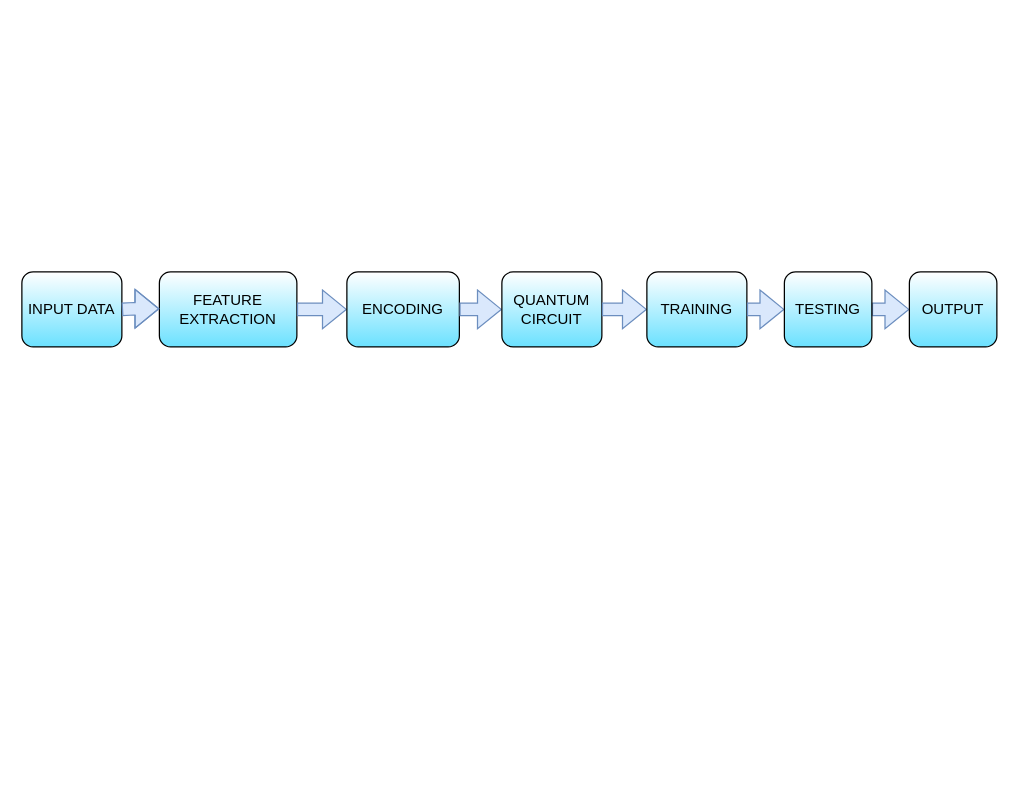
Earlier version of the draw.io diagram Untitled Diagram.drawio (Imam-Ghazi-Khan/DSA450). Source tidied: cells renumbered, new cells numbered last; positions are measured from the earlier drawing's top-left corner, leaving out a move shared by most shapes. Both pictures are drawn from the tidied source at 125%, with x=0, y=0 at pixel (21, 271).
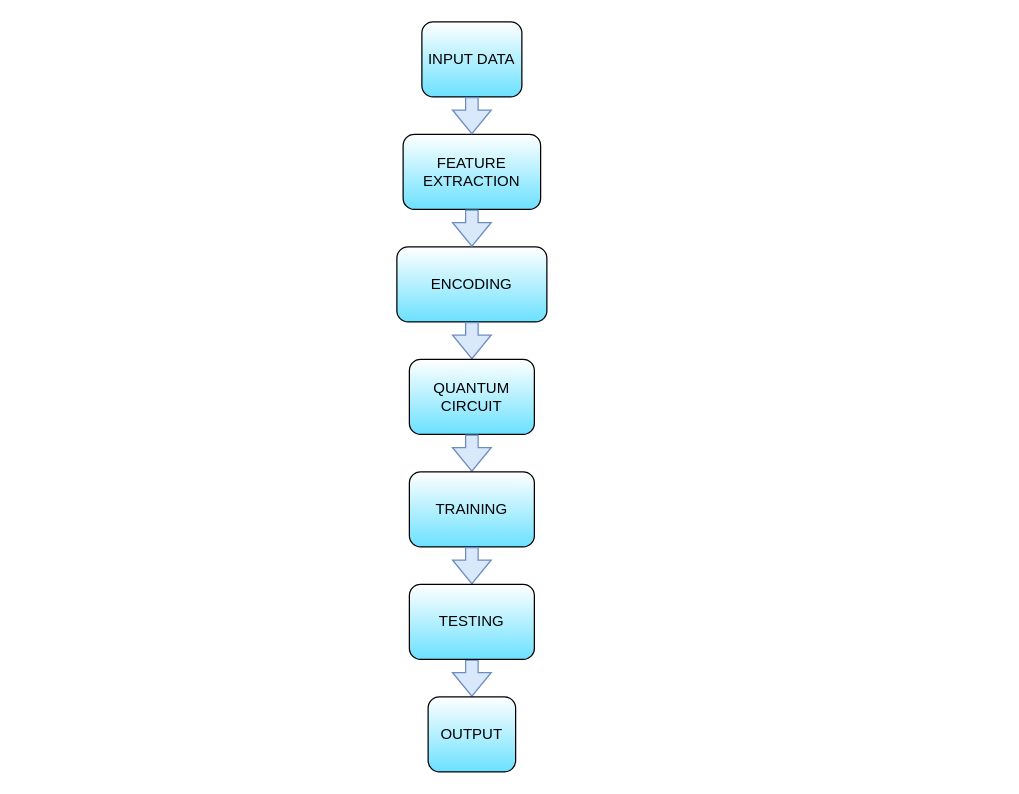
The same diagram, later.

Change to the diagram source:
```diff
@@
     <mxCell id="2" value="INPUT DATA" style="rounded=1;whiteSpace=wrap;html=1;gradientColor=#6BE1FF;" parent="1" vertex="1">
-      <mxGeometry width="80" height="60" as="geometry" />
+      <mxGeometry x="320" y="-200" width="80" height="60" as="geometry" />
     </mxCell>
     <mxCell id="3" value="FEATURE EXTRACTION" style="rounded=1;whiteSpace=wrap;html=1;gradientColor=#6BE1FF;" parent="1" vertex="1">
-      <mxGeometry x="110" width="110" height="60" as="geometry" />
+      <mxGeometry x="305" y="-110" width="110" height="60" as="geometry" />
     </mxCell>
-    <mxCell id="4" style="shape=flexArrow;endArrow=classic;html=1;rounded=0;exitX=1;exitY=0.5;exitDx=0;exitDy=0;fillColor=#dae8fc;strokeColor=#6c8ebf;" parent="1" edge="1" source="14">
-      <mxGeometry relative="1" as="geometry">
-        <mxPoint x="710" y="30" as="targetPoint" />
-      </mxGeometry>
+    <mxCell id="4" style="shape=flexArrow;endArrow=classic;html=1;rounded=0;exitX=0.5;exitY=1;exitDx=0;exitDy=0;fillColor=#dae8fc;strokeColor=#6c8ebf;entryX=0.5;entryY=0;entryDx=0;entryDy=0;" parent="1" edge="1" source="14" target="16">
+      <mxGeometry relative="1" as="geometry" />
     </mxCell>
-    <mxCell id="5" style="shape=flexArrow;endArrow=classic;html=1;rounded=0;fillColor=#dae8fc;strokeColor=#6c8ebf;" parent="1" edge="1">
-      <mxGeometry relative="1" as="geometry">
-        <mxPoint x="80" y="30" as="sourcePoint" />
-        <mxPoint x="110" y="29.5" as="targetPoint" />
-        <Array as="points">
-          <mxPoint x="90" y="29.5" />
-        </Array>
-      </mxGeometry>
-    </mxCell>
-    <mxCell id="6" style="shape=flexArrow;endArrow=classic;html=1;rounded=0;exitX=1;exitY=0.5;exitDx=0;exitDy=0;fillColor=#dae8fc;strokeColor=#6c8ebf;" parent="1" edge="1" source="3" target="7">
-      <mxGeometry relative="1" as="geometry" />
+    <mxCell id="6" style="shape=flexArrow;endArrow=classic;html=1;rounded=0;exitX=0.5;exitY=1;exitDx=0;exitDy=0;fillColor=#dae8fc;strokeColor=#6c8ebf;" parent="1" edge="1" source="2">
+      <mxGeometry relative="1" as="geometry">
+        <mxPoint x="360" y="-110" as="targetPoint" />
+      </mxGeometry>
     </mxCell>
+    <mxCell id="17" style="edgeStyle=orthogonalEdgeStyle;rounded=0;jettySize=auto;html=1;" parent="1" edge="1" source="7" target="9">
+      <mxGeometry relative="1" as="geometry" />
+    </mxCell>
     <mxCell id="7" value="ENCODING" style="rounded=1;whiteSpace=wrap;html=1;gradientColor=#6BE1FF;" parent="1" vertex="1">
-      <mxGeometry x="260" width="90" height="60" as="geometry" />
+      <mxGeometry x="300" y="-20" width="120" height="60" as="geometry" />
     </mxCell>
-    <mxCell id="8" style="shape=flexArrow;endArrow=classic;html=1;rounded=0;exitX=1;exitY=0.5;exitDx=0;exitDy=0;fillColor=#dae8fc;strokeColor=#6c8ebf;" parent="1" edge="1" source="7" target="9">
+    <mxCell id="8" style="shape=flexArrow;endArrow=classic;html=1;rounded=0;exitX=0.5;exitY=1;exitDx=0;exitDy=0;fillColor=#dae8fc;strokeColor=#6c8ebf;entryX=0.5;entryY=0;entryDx=0;entryDy=0;" parent="1" edge="1" source="7" target="9">
       <mxGeometry relative="1" as="geometry" />
     </mxCell>
     <mxCell id="9" value="QUANTUM CIRCUIT" style="rounded=1;whiteSpace=wrap;html=1;gradientColor=#6BE1FF;" parent="1" vertex="1">
-      <mxGeometry x="384" width="80" height="60" as="geometry" />
+      <mxGeometry x="310" y="70" width="100" height="60" as="geometry" />
     </mxCell>
-    <mxCell id="10" style="shape=flexArrow;endArrow=classic;html=1;rounded=0;exitX=1;exitY=0.5;exitDx=0;exitDy=0;" parent="1" edge="1" source="14">
-      <mxGeometry relative="1" as="geometry">
-        <mxPoint x="650" y="30" as="targetPoint" />
-      </mxGeometry>
-    </mxCell>
-    <mxCell id="11" style="shape=flexArrow;endArrow=classic;html=1;rounded=0;exitX=1;exitY=0.5;exitDx=0;exitDy=0;fillColor=#dae8fc;strokeColor=#6c8ebf;" parent="1" edge="1" source="9" target="12">
+    <mxCell id="11" style="shape=flexArrow;endArrow=classic;html=1;rounded=0;exitX=0.5;exitY=1;exitDx=0;exitDy=0;fillColor=#dae8fc;strokeColor=#6c8ebf;entryX=0.5;entryY=0;entryDx=0;entryDy=0;" parent="1" edge="1" source="9" target="12">
       <mxGeometry relative="1" as="geometry" />
     </mxCell>
+    <mxCell id="18" style="edgeStyle=orthogonalEdgeStyle;rounded=0;jettySize=auto;html=1;" parent="1" edge="1" source="12" target="14">
+      <mxGeometry relative="1" as="geometry" />
+    </mxCell>
     <mxCell id="12" value="TRAINING" style="rounded=1;whiteSpace=wrap;html=1;gradientColor=#6BE1FF;" parent="1" vertex="1">
-      <mxGeometry x="500" width="80" height="60" as="geometry" />
+      <mxGeometry x="310" y="160" width="100" height="60" as="geometry" />
     </mxCell>
-    <mxCell id="13" style="shape=flexArrow;endArrow=classic;html=1;rounded=0;exitX=1;exitY=0.5;exitDx=0;exitDy=0;fillColor=#dae8fc;strokeColor=#6c8ebf;" parent="1" edge="1" source="12" target="14">
+    <mxCell id="13" style="shape=flexArrow;endArrow=classic;html=1;rounded=0;exitX=0.5;exitY=1;exitDx=0;exitDy=0;fillColor=#dae8fc;strokeColor=#6c8ebf;" parent="1" edge="1" source="12" target="14">
       <mxGeometry relative="1" as="geometry" />
     </mxCell>
     <mxCell id="14" value="TESTING" style="rounded=1;whiteSpace=wrap;html=1;gradientColor=#6BE1FF;" parent="1" vertex="1">
-      <mxGeometry x="610" width="70" height="60" as="geometry" />
+      <mxGeometry x="310" y="250" width="100" height="60" as="geometry" />
     </mxCell>
-    <mxCell id="15" style="shape=flexArrow;endArrow=classic;html=1;rounded=0;exitX=1;exitY=0.5;exitDx=0;exitDy=0;" parent="1" edge="1" source="16">
-      <mxGeometry relative="1" as="geometry">
-        <mxPoint x="750" y="30" as="targetPoint" />
-      </mxGeometry>
-    </mxCell>
     <mxCell id="16" value="OUTPUT" style="rounded=1;whiteSpace=wrap;html=1;gradientColor=#6BE1FF;" parent="1" vertex="1">
-      <mxGeometry x="710" width="70" height="60" as="geometry" />
+      <mxGeometry x="325" y="340" width="70" height="60" as="geometry" />
     </mxCell>
+    <mxCell id="19" style="shape=flexArrow;endArrow=classic;html=1;rounded=0;fillColor=#dae8fc;strokeColor=#6c8ebf;entryX=0.5;entryY=0;entryDx=0;entryDy=0;" parent="1" edge="1" target="7">
+      <mxGeometry relative="1" as="geometry">
+        <mxPoint x="360" y="-50" as="sourcePoint" />
+      </mxGeometry>
+    </mxCell>
```
